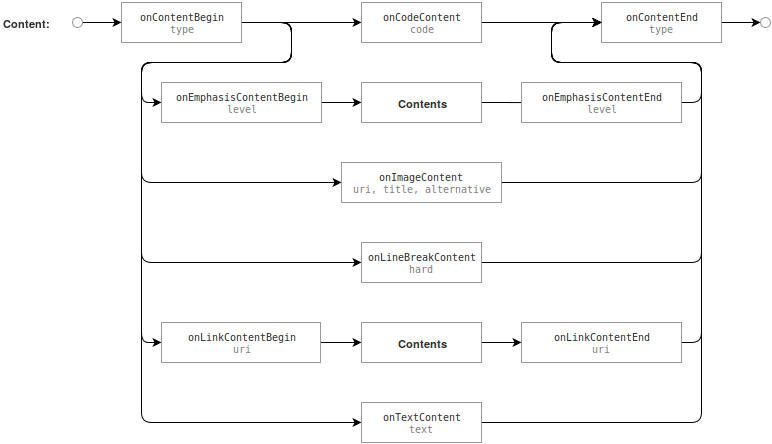
The draw.io diagram 1.0/resource/markdom-events-content.png in markdom/specification, before a commit. Source tidied: cells renumbered, new cells last; positions are measured from the earlier drawing's top-left corner, leaving out a move shared by most shapes.
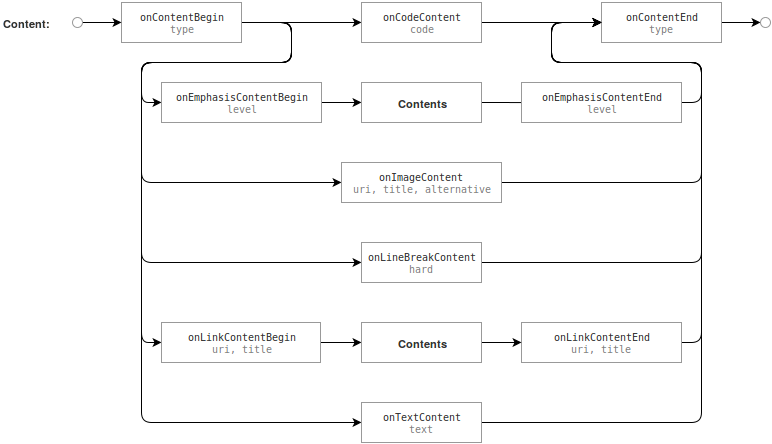
After the commit.

Commit message:
continued work, mostly link title

Diff of the diagram source:
```diff
@@ -116,7 +116,7 @@
     <mxCell id="22" style="edgeStyle=orthogonalEdgeStyle;rounded=1;html=1;exitX=1;exitY=0.5;entryX=0;entryY=0.5;endArrow=classic;endFill=1;jettySize=auto;strokeWidth=1;fontSize=9;fontColor=#333333;" parent="1" edge="1" source="23" target="27">
       <mxGeometry x="320.7" y="1580.3" as="geometry" />
     </mxCell>
-    <mxCell id="23" value="&lt;pre&gt;onLinkContentBegin&lt;br&gt;&lt;font color=&quot;#808080&quot;&gt;uri&lt;/font&gt;&lt;/pre&gt;" style="whiteSpace=wrap;html=1;strokeColor=#999999;fillColor=#ffffff;fontSize=10;fontColor=#333333;strokeWidth=1;" parent="1" vertex="1">
+    <mxCell id="23" value="&lt;pre&gt;onLinkContentBegin&lt;br&gt;&lt;font color=&quot;#808080&quot;&gt;uri, title&lt;/font&gt;&lt;/pre&gt;" style="whiteSpace=wrap;html=1;strokeColor=#999999;fillColor=#ffffff;fontSize=10;fontColor=#333333;strokeWidth=1;" parent="1" vertex="1">
       <mxGeometry x="160" y="320" width="159" height="40" as="geometry" />
     </mxCell>
     <mxCell id="24" style="edgeStyle=orthogonalEdgeStyle;rounded=1;html=1;exitX=1;exitY=0.5;entryX=0;entryY=0.5;endArrow=classic;endFill=1;jettySize=auto;strokeWidth=1;fontSize=10;fontColor=#333333;" parent="1" edge="1" source="25" target="11">
@@ -129,7 +129,7 @@
         </Array>
       </mxGeometry>
     </mxCell>
-    <mxCell id="25" value="&lt;pre&gt;onLinkContentEnd&lt;br&gt;&lt;font color=&quot;#808080&quot;&gt;uri&lt;/font&gt;&lt;br&gt;&lt;/pre&gt;" style="whiteSpace=wrap;html=1;strokeColor=#999999;fillColor=#ffffff;fontSize=10;fontColor=#333333;strokeWidth=1;" parent="1" vertex="1">
+    <mxCell id="25" value="&lt;pre&gt;onLinkContentEnd&lt;br&gt;&lt;font color=&quot;#808080&quot;&gt;uri, title&lt;/font&gt;&lt;br&gt;&lt;/pre&gt;" style="whiteSpace=wrap;html=1;strokeColor=#999999;fillColor=#ffffff;fontSize=10;fontColor=#333333;strokeWidth=1;" parent="1" vertex="1">
       <mxGeometry x="520" y="320" width="160" height="40" as="geometry" />
     </mxCell>
     <mxCell id="26" style="edgeStyle=orthogonalEdgeStyle;rounded=1;html=1;exitX=1;exitY=0.5;entryX=0;entryY=0.5;endArrow=classic;endFill=1;jettySize=auto;strokeWidth=1;fontSize=9;fontColor=#333333;" parent="1" edge="1" source="27" target="25">
```
